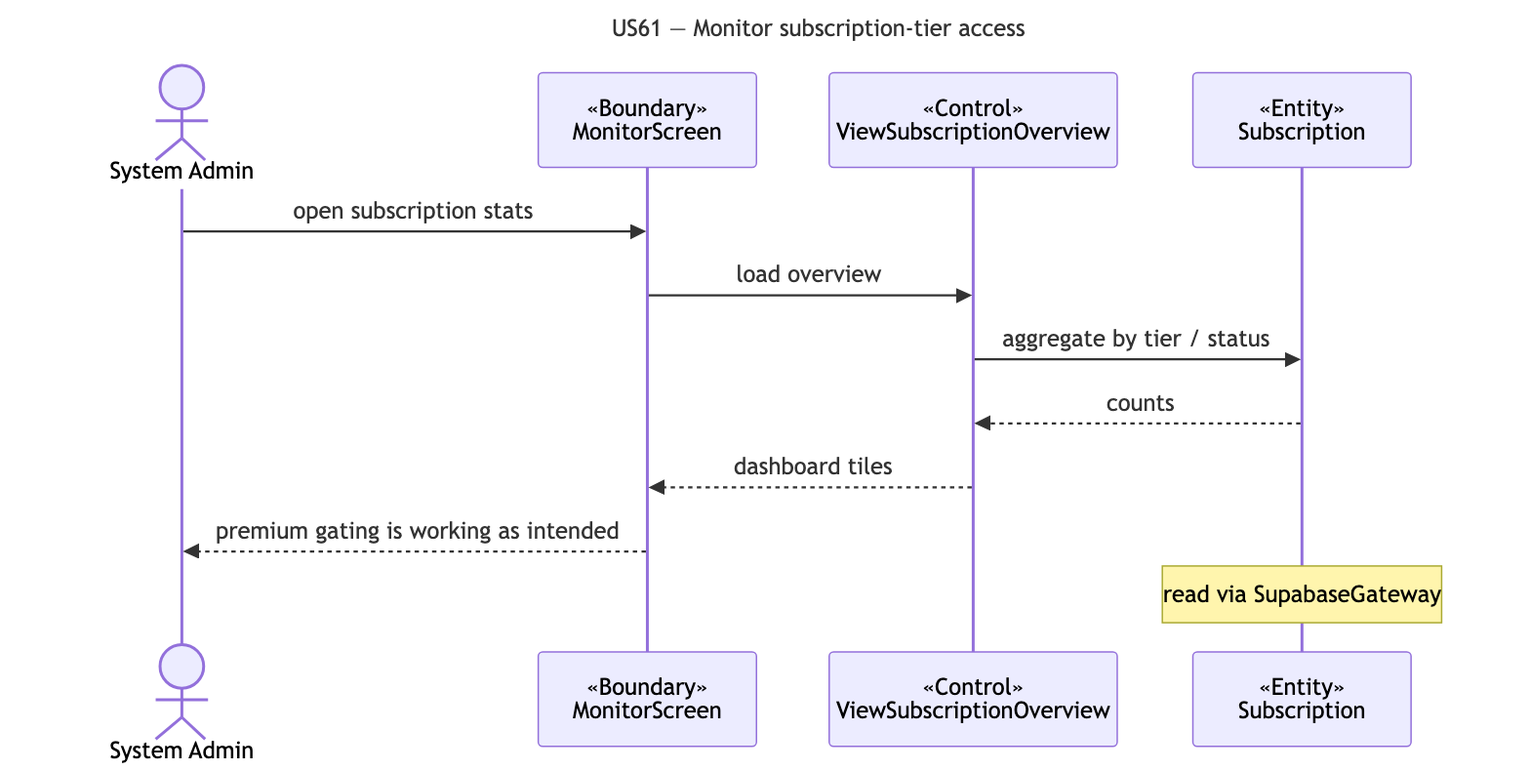
Before: docs/deliverables/sequence-diagrams/US61-monitor-subscriptions.png, a diagram exported from Mermaid (cyuanjun/FYP-26-S2-37-app). Its source is kept beside it as docs/deliverables/sequence-diagrams/src/US61-monitor-subscriptions.mmd.
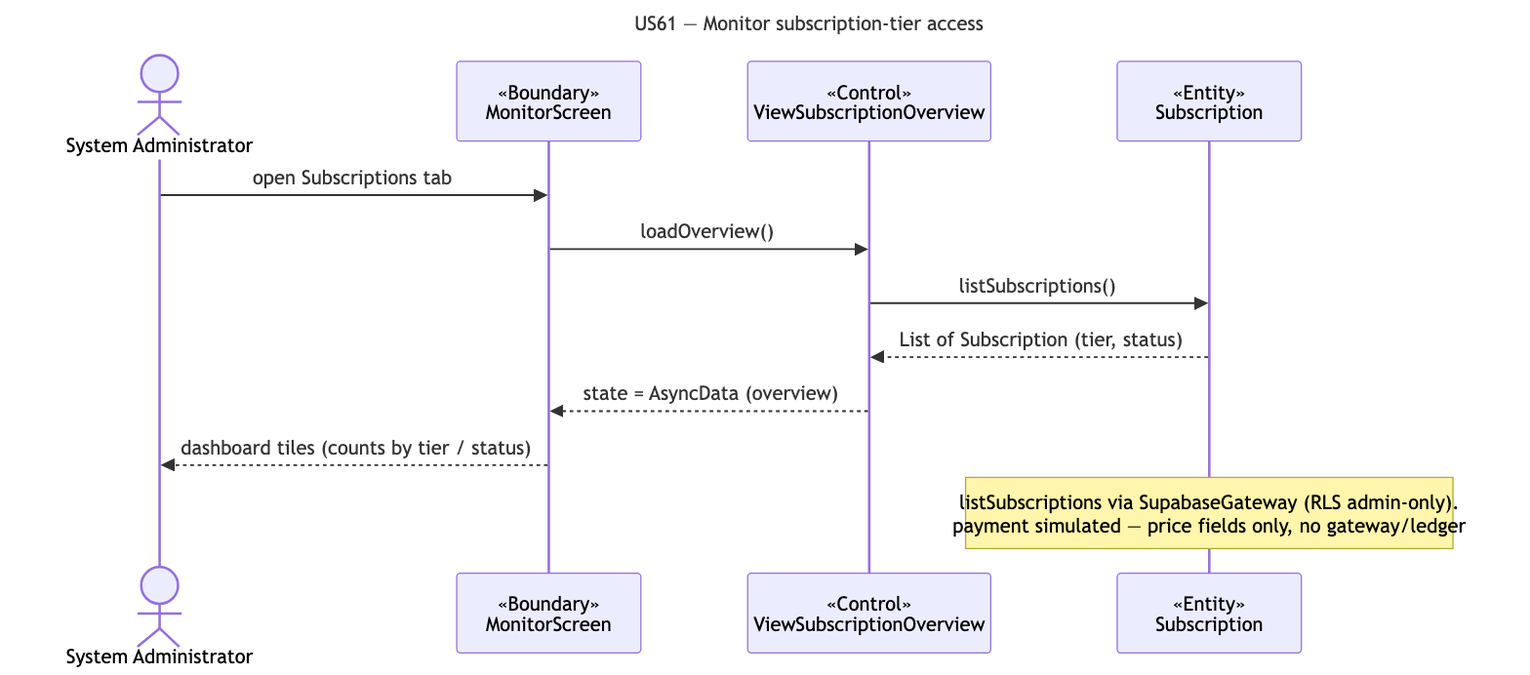
After the commit.

Diff of the diagram source:
```diff
@@ -2,14 +2,14 @@
 title: "US61 — Monitor subscription-tier access"
 ---
 sequenceDiagram
-  actor A as System Admin
+  actor A as System Administrator
   participant B as «Boundary»<br/>MonitorScreen
   participant C as «Control»<br/>ViewSubscriptionOverview
   participant E as «Entity»<br/>Subscription
-  A->>B: open subscription stats
-  B->>C: load overview
-  C->>E: aggregate by tier / status
-  E-->>C: counts
-  C-->>B: dashboard tiles
-  B-->>A: premium gating is working as intended
-  note over E: read via SupabaseGateway
+  A->>B: open Subscriptions tab
+  B->>C: loadOverview()
+  C->>E: listSubscriptions()
+  E-->>C: List of Subscription (tier, status)
+  C-->>B: state = AsyncData (overview)
+  B-->>A: dashboard tiles (counts by tier / status)
+  note over E: listSubscriptions via SupabaseGateway (RLS admin-only).<br/>payment simulated — price fields only, no gateway/ledger
```
